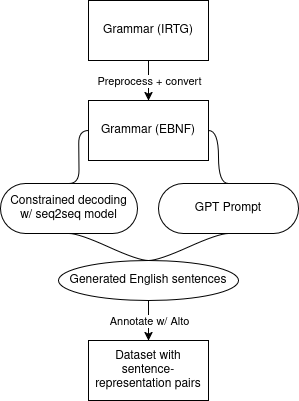
ybrenning/semantic-representation-generation keeps this draw.io diagram as img/workflow.png. Above is the earlier version. Source tidied: cells renumbered, new cells last; positions are measured from the earlier drawing's top-left corner, leaving out a move shared by most shapes. Source of this version:
```xml
<mxGraphModel>
  <root>
    <mxCell id="0" />
    <mxCell id="1" parent="0" />
    <mxCell id="2" value="Grammar (IRTG)" style="whiteSpace=wrap;html=1;align=center;newEdgeStyle={&quot;edgeStyle&quot;:&quot;elbowEdgeStyle&quot;,&quot;startArrow&quot;:&quot;none&quot;,&quot;endArrow&quot;:&quot;none&quot;};" parent="1" vertex="1">
      <mxGeometry x="88" width="120" height="60" as="geometry" />
    </mxCell>
    <mxCell id="3" value="Grammar (EBNF)" style="whiteSpace=wrap;html=1;align=center;newEdgeStyle={&quot;edgeStyle&quot;:&quot;elbowEdgeStyle&quot;,&quot;startArrow&quot;:&quot;none&quot;,&quot;endArrow&quot;:&quot;none&quot;};" parent="1" vertex="1">
      <mxGeometry x="88" y="100" width="120" height="60" as="geometry" />
    </mxCell>
    <mxCell id="4" style="endArrow=classic;html=1;rounded=0;exitX=0.5;exitY=1;exitDx=0;exitDy=0;entryX=0.5;entryY=0;entryDx=0;entryDy=0;" parent="1" edge="1" source="2" target="3">
      <mxGeometry relative="1" as="geometry" />
    </mxCell>
    <mxCell id="5" value="Preprocess + convert" style="edgeLabel;html=1;align=center;verticalAlign=middle;" parent="4" vertex="1">
      <mxGeometry relative="1" as="geometry" />
    </mxCell>
    <mxCell id="6" value="GPT Prompt" style="whiteSpace=wrap;html=1;rounded=1;arcSize=50;align=center;verticalAlign=middle;strokeWidth=1;spacing=4;newEdgeStyle={&quot;edgeStyle&quot;:&quot;entityRelationEdgeStyle&quot;,&quot;startArrow&quot;:&quot;none&quot;,&quot;endArrow&quot;:&quot;none&quot;,&quot;segment&quot;:10,&quot;curved&quot;:1,&quot;sourcePerimeterSpacing&quot;:0,&quot;targetPerimeterSpacing&quot;:0};" parent="1" vertex="1">
      <mxGeometry x="158" y="183" width="140" height="50" as="geometry" />
    </mxCell>
    <mxCell id="7" value="&lt;div&gt;Constrained decoding&lt;/div&gt;w/ seq2seq model" style="whiteSpace=wrap;html=1;rounded=1;arcSize=50;align=center;verticalAlign=middle;strokeWidth=1;spacing=4;newEdgeStyle={&quot;edgeStyle&quot;:&quot;entityRelationEdgeStyle&quot;,&quot;startArrow&quot;:&quot;none&quot;,&quot;endArrow&quot;:&quot;none&quot;,&quot;segment&quot;:10,&quot;curved&quot;:1,&quot;sourcePerimeterSpacing&quot;:0,&quot;targetPerimeterSpacing&quot;:0};" parent="1" vertex="1">
      <mxGeometry y="183" width="137" height="50" as="geometry" />
    </mxCell>
    <mxCell id="8" style="edgeStyle=entityRelationEdgeStyle;startArrow=none;endArrow=none;segment=10;curved=1;sourcePerimeterSpacing=0;targetPerimeterSpacing=0;rounded=0;exitX=0.5;exitY=0;exitDx=0;exitDy=0;entryX=0;entryY=0.5;entryDx=0;entryDy=0;" parent="1" edge="1" source="7" target="3">
      <mxGeometry relative="1" as="geometry">
        <Array as="points">
          <mxPoint x="138" y="220" />
          <mxPoint x="48" y="180" />
          <mxPoint x="138" y="220" />
        </Array>
      </mxGeometry>
    </mxCell>
    <mxCell id="9" style="edgeStyle=entityRelationEdgeStyle;startArrow=none;endArrow=none;segment=10;curved=1;sourcePerimeterSpacing=0;targetPerimeterSpacing=0;rounded=0;exitX=0.5;exitY=0;exitDx=0;exitDy=0;entryX=1;entryY=0.5;entryDx=0;entryDy=0;" parent="1" edge="1" source="6" target="3">
      <mxGeometry relative="1" as="geometry">
        <Array as="points">
          <mxPoint x="313" y="200" />
          <mxPoint x="223" y="160" />
          <mxPoint x="313" y="200" />
        </Array>
      </mxGeometry>
    </mxCell>
    <mxCell id="10" value="Generated English sentences" style="ellipse;whiteSpace=wrap;html=1;align=center;newEdgeStyle={&quot;edgeStyle&quot;:&quot;entityRelationEdgeStyle&quot;,&quot;startArrow&quot;:&quot;none&quot;,&quot;endArrow&quot;:&quot;none&quot;,&quot;segment&quot;:10,&quot;curved&quot;:1,&quot;sourcePerimeterSpacing&quot;:0,&quot;targetPerimeterSpacing&quot;:0};" parent="1" vertex="1">
      <mxGeometry x="58" y="260" width="180" height="40" as="geometry" />
    </mxCell>
    <mxCell id="11" value="Dataset with sentence-representation pairs" style="whiteSpace=wrap;html=1;align=center;newEdgeStyle={&quot;edgeStyle&quot;:&quot;elbowEdgeStyle&quot;,&quot;startArrow&quot;:&quot;none&quot;,&quot;endArrow&quot;:&quot;none&quot;};" parent="1" vertex="1">
      <mxGeometry x="88" y="340" width="120" height="60" as="geometry" />
    </mxCell>
    <mxCell id="12" style="endArrow=classic;html=1;rounded=0;entryX=0.5;entryY=0;entryDx=0;entryDy=0;exitX=0.5;exitY=1;exitDx=0;exitDy=0;" parent="1" edge="1" source="10" target="11">
      <mxGeometry relative="1" as="geometry" />
    </mxCell>
    <mxCell id="13" value="Annotate w/ Alto" style="edgeLabel;html=1;align=center;verticalAlign=middle;" parent="12" vertex="1">
      <mxGeometry relative="1" as="geometry" />
    </mxCell>
    <mxCell id="14" style="edgeStyle=entityRelationEdgeStyle;startArrow=none;endArrow=none;segment=10;curved=1;sourcePerimeterSpacing=0;targetPerimeterSpacing=0;rounded=0;entryX=0.5;entryY=1;entryDx=0;entryDy=0;exitX=0.5;exitY=0;exitDx=0;exitDy=0;" parent="1" edge="1" source="10" target="7">
      <mxGeometry relative="1" as="geometry" />
    </mxCell>
    <mxCell id="15" style="edgeStyle=entityRelationEdgeStyle;startArrow=none;endArrow=none;segment=10;curved=1;sourcePerimeterSpacing=0;targetPerimeterSpacing=0;rounded=0;entryX=0.5;entryY=1;entryDx=0;entryDy=0;exitX=0.5;exitY=0;exitDx=0;exitDy=0;" parent="1" edge="1" source="10" target="6">
      <mxGeometry relative="1" as="geometry" />
    </mxCell>
  </root>
</mxGraphModel>
```
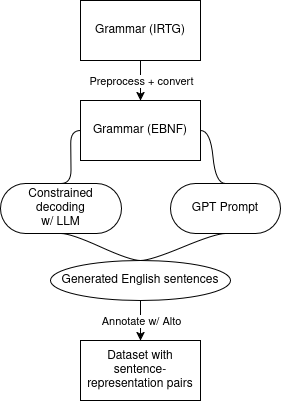
After the change.

The edit, as a diff of the source:
```diff
@@ -15,10 +15,10 @@
       <mxGeometry relative="1" as="geometry" />
     </mxCell>
     <mxCell id="6" value="GPT Prompt" style="whiteSpace=wrap;html=1;rounded=1;arcSize=50;align=center;verticalAlign=middle;strokeWidth=1;spacing=4;newEdgeStyle={&quot;edgeStyle&quot;:&quot;entityRelationEdgeStyle&quot;,&quot;startArrow&quot;:&quot;none&quot;,&quot;endArrow&quot;:&quot;none&quot;,&quot;segment&quot;:10,&quot;curved&quot;:1,&quot;sourcePerimeterSpacing&quot;:0,&quot;targetPerimeterSpacing&quot;:0};" parent="1" vertex="1">
-      <mxGeometry x="158" y="183" width="140" height="50" as="geometry" />
+      <mxGeometry x="178" y="183" width="110" height="50" as="geometry" />
     </mxCell>
-    <mxCell id="7" value="&lt;div&gt;Constrained decoding&lt;/div&gt;w/ seq2seq model" style="whiteSpace=wrap;html=1;rounded=1;arcSize=50;align=center;verticalAlign=middle;strokeWidth=1;spacing=4;newEdgeStyle={&quot;edgeStyle&quot;:&quot;entityRelationEdgeStyle&quot;,&quot;startArrow&quot;:&quot;none&quot;,&quot;endArrow&quot;:&quot;none&quot;,&quot;segment&quot;:10,&quot;curved&quot;:1,&quot;sourcePerimeterSpacing&quot;:0,&quot;targetPerimeterSpacing&quot;:0};" parent="1" vertex="1">
-      <mxGeometry y="183" width="137" height="50" as="geometry" />
+    <mxCell id="7" value="&lt;div&gt;Constrained decoding&lt;/div&gt;w/ LLM" style="whiteSpace=wrap;html=1;rounded=1;arcSize=50;align=center;verticalAlign=middle;strokeWidth=1;spacing=4;newEdgeStyle={&quot;edgeStyle&quot;:&quot;entityRelationEdgeStyle&quot;,&quot;startArrow&quot;:&quot;none&quot;,&quot;endArrow&quot;:&quot;none&quot;,&quot;segment&quot;:10,&quot;curved&quot;:1,&quot;sourcePerimeterSpacing&quot;:0,&quot;targetPerimeterSpacing&quot;:0};" parent="1" vertex="1">
+      <mxGeometry x="8" y="183" width="121" height="50" as="geometry" />
     </mxCell>
     <mxCell id="8" style="edgeStyle=entityRelationEdgeStyle;startArrow=none;endArrow=none;segment=10;curved=1;sourcePerimeterSpacing=0;targetPerimeterSpacing=0;rounded=0;exitX=0.5;exitY=0;exitDx=0;exitDy=0;entryX=0;entryY=0.5;entryDx=0;entryDy=0;" parent="1" edge="1" source="7" target="3">
       <mxGeometry relative="1" as="geometry">
```
